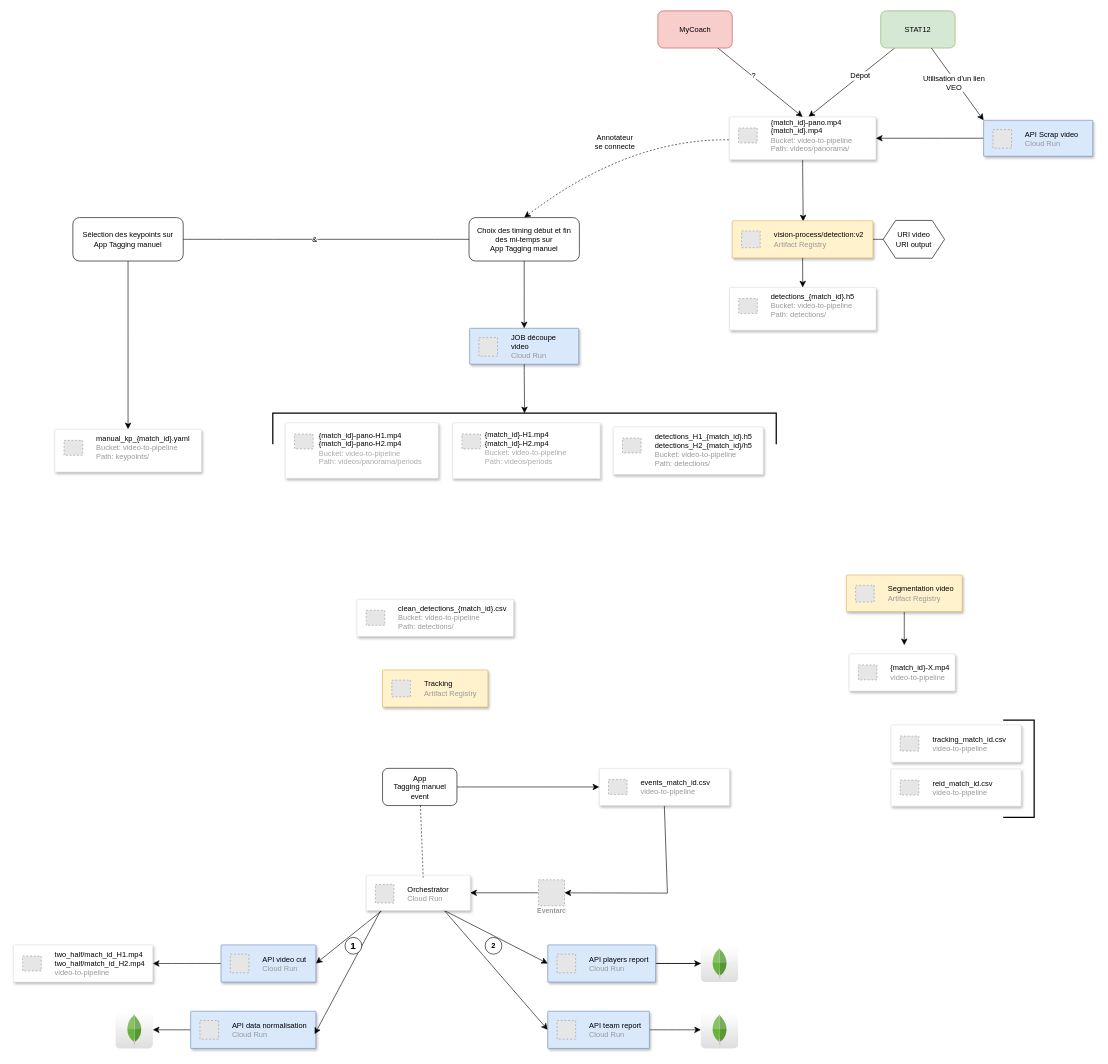
The draw.io diagram page "Full DS" (1 of 4) of Untitled Diagram.drawio in clairesecehDS/logo, before the edit. Source tidied: cells renumbered, new cells numbered last; positions are measured from the earlier drawing's top-left corner, leaving out a move shared by most shapes. Both pictures are drawn from the tidied source at 62%, with x=0, y=0 at pixel (13, 11). Pictures stored in the file or linked from it are replaced by grey dashed boxes.
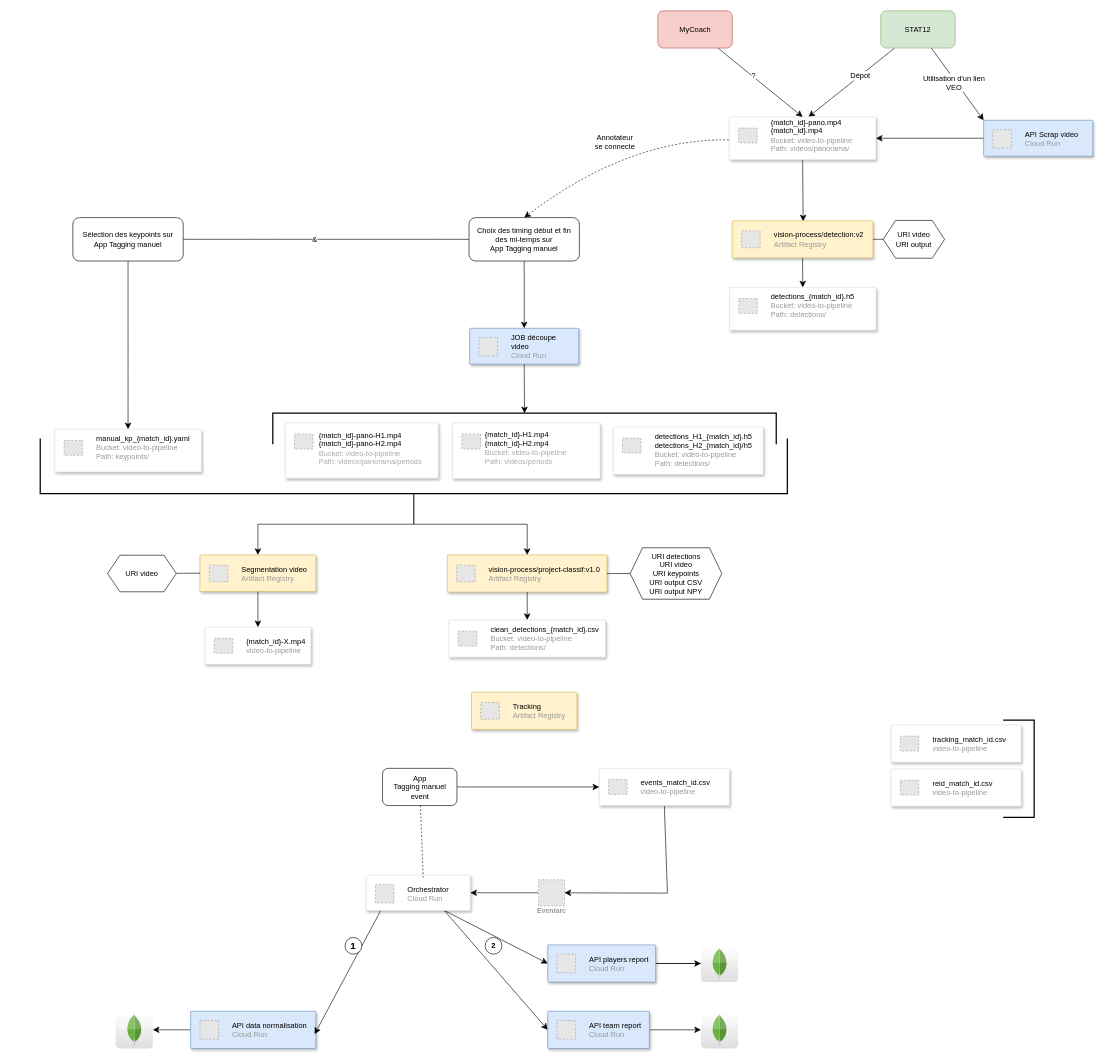
The same diagram, later.

Unchanged cells that the change refers to:
```xml
<mxCell id="37" style="strokeColor=#dddddd;shadow=1;strokeWidth=1;rounded=1;absoluteArcSize=1;arcSize=2;" parent="1" vertex="1">
  <mxGeometry x="569" y="1394" width="168" height="57" as="geometry" />
</mxCell>
```

The edit, as a diff of the source:
```diff
@@
-    <mxCell id="13" style="edgeStyle=none;curved=1;rounded=0;jettySize=auto;html=1;entryX=1;entryY=0.5;entryDx=0;entryDy=0;fontSize=12;startSize=8;endSize=8;exitX=0.149;exitY=1.011;exitDx=0;exitDy=0;exitPerimeter=0;" parent="1" edge="1" source="37" target="20">
-      <mxGeometry relative="1" as="geometry" />
-    </mxCell>
@@
-    <mxCell id="19" style="edgeStyle=none;curved=1;rounded=0;jettySize=auto;html=1;entryX=1;entryY=0.5;entryDx=0;entryDy=0;fontSize=12;startSize=8;endSize=8;" parent="1" edge="1" source="20" target="30">
-      <mxGeometry relative="1" as="geometry" />
-    </mxCell>
-    <mxCell id="20" style="strokeColor=#6c8ebf;shadow=1;strokeWidth=1;rounded=1;absoluteArcSize=1;arcSize=2;fillColor=#dae8fc;" parent="1" vertex="1">
-      <mxGeometry x="335" y="1506.5" width="153" height="60" as="geometry" />
-    </mxCell>
-    <mxCell id="21" value="&lt;font color=&quot;#000000&quot;&gt;API video cut&lt;/font&gt;&lt;br&gt;Cloud Run" style="fillColor=#E6E6E6;strokeColor=#999999;dashed=1;html=1;fontColor=#999999;verticalLabelPosition=middle;verticalAlign=middle;labelPosition=right;align=left;spacingLeft=20;" parent="20" vertex="1">
-      <mxGeometry width="30" height="30" relative="1" as="geometry">
-        <mxPoint x="15" y="15" as="offset" />
-      </mxGeometry>
-    </mxCell>
@@
-    <mxCell id="30" style="strokeColor=#dddddd;shadow=1;strokeWidth=1;rounded=1;absoluteArcSize=1;arcSize=2;" parent="1" vertex="1">
-      <mxGeometry y="1506.5" width="225" height="60" as="geometry" />
-    </mxCell>
-    <mxCell id="31" value="&lt;div&gt;&lt;font color=&quot;#000000&quot;&gt;two_half/mach_id_H1.mp4&lt;br&gt;&lt;/font&gt;&lt;/div&gt;&lt;div&gt;&lt;font color=&quot;#000000&quot;&gt;two_half/match_id_H2.mp4&lt;br&gt;&lt;/font&gt;&lt;/div&gt;video-to-pipeline" style="fillColor=#E6E6E6;strokeColor=#999999;dashed=1;html=1;fontColor=#999999;verticalLabelPosition=middle;verticalAlign=middle;labelPosition=right;align=left;spacingLeft=20;" parent="30" vertex="1">
-      <mxGeometry width="30" height="24" relative="1" as="geometry">
-        <mxPoint x="15" y="18" as="offset" />
-      </mxGeometry>
-    </mxCell>
@@
     <mxCell id="48" style="strokeColor=#dddddd;shadow=1;strokeWidth=1;rounded=1;absoluteArcSize=1;arcSize=2;" parent="1" vertex="1">
-      <mxGeometry x="1348" y="1037" width="171" height="60" as="geometry" />
+      <mxGeometry x="309" y="994" width="171" height="60" as="geometry" />
     </mxCell>
@@
     <mxCell id="50" style="strokeColor=#dddddd;shadow=1;strokeWidth=1;rounded=1;absoluteArcSize=1;arcSize=2;" parent="1" vertex="1">
-      <mxGeometry x="554.2" y="949" width="252.5" height="60" as="geometry" />
+      <mxGeometry x="702.6" y="982.5" width="252.5" height="60" as="geometry" />
     </mxCell>
@@
-    <mxCell id="78" style="edgeStyle=none;curved=1;rounded=0;jettySize=auto;html=1;fontSize=12;startSize=8;endSize=8;" parent="1" edge="1" source="79">
-      <mxGeometry relative="1" as="geometry">
-        <mxPoint x="1437" y="1023" as="targetPoint" />
-      </mxGeometry>
+    <mxCell id="78" style="edgeStyle=none;curved=1;rounded=0;jettySize=auto;html=1;fontSize=12;startSize=8;endSize=8;entryX=0.5;entryY=0;entryDx=0;entryDy=0;" parent="1" edge="1" source="79" target="48">
+      <mxGeometry relative="1" as="geometry" />
     </mxCell>
     <mxCell id="79" style="fillColor=#fff2cc;strokeColor=#d6b656;shadow=1;strokeWidth=1;rounded=1;absoluteArcSize=1;arcSize=2;" parent="1" vertex="1">
-      <mxGeometry x="1343.5" y="910" width="187" height="59" as="geometry" />
+      <mxGeometry x="301" y="877.5" width="187" height="59" as="geometry" />
     </mxCell>
@@
     <mxCell id="81" style="fillColor=#fff2cc;strokeColor=#d6b656;shadow=1;strokeWidth=1;rounded=1;absoluteArcSize=1;arcSize=2;" parent="1" vertex="1">
-      <mxGeometry x="595.5" y="1063" width="170" height="60" as="geometry" />
+      <mxGeometry x="739" y="1099" width="170" height="60" as="geometry" />
     </mxCell>
@@
+    <mxCell id="94" style="strokeWidth=2;html=1;shape=mxgraph.flowchart.annotation_1;align=left;rotation=-90;" parent="1" vertex="1">
+      <mxGeometry x="601.4" y="131.6" width="89" height="1205" as="geometry" />
+    </mxCell>
+    <mxCell id="95" style="fillColor=#fff2cc;strokeColor=#d6b656;shadow=1;strokeWidth=1;rounded=1;absoluteArcSize=1;arcSize=2;" parent="1" vertex="1">
+      <mxGeometry x="700" y="877.5" width="257.6" height="60" as="geometry" />
+    </mxCell>
+    <mxCell id="96" value="&lt;font color=&quot;#000000&quot;&gt;vision-process/project-classif:v1.0&lt;/font&gt;&lt;br&gt;Artifact Registry" style="fillColor=#E6E6E6;strokeColor=#999999;dashed=1;html=1;fontColor=#999999;verticalLabelPosition=middle;verticalAlign=middle;labelPosition=right;align=left;spacingLeft=20;" parent="95" vertex="1">
+      <mxGeometry width="30" height="27" relative="1" as="geometry">
+        <mxPoint x="15" y="16.5" as="offset" />
+      </mxGeometry>
+    </mxCell>
+    <mxCell id="97" style="edgeStyle=none;jettySize=auto;html=1;rounded=0;fontSize=12;startSize=8;endSize=8;curved=1;" parent="1" edge="1" source="98">
+      <mxGeometry relative="1" as="geometry">
+        <mxPoint x="1083.3" y="904" as="targetPoint" />
+      </mxGeometry>
+    </mxCell>
+    <mxCell id="98" value="&lt;div&gt;URI detections&lt;br&gt;&lt;/div&gt;&lt;div&gt;URI video&lt;/div&gt;&lt;div&gt;URI keypoints&lt;br&gt;&lt;/div&gt;&lt;div&gt;URI output CSV&lt;/div&gt;&lt;div&gt;URI output NPY&lt;br&gt;&lt;/div&gt;" style="shape=hexagon;perimeter=hexagonPerimeter2;whiteSpace=wrap;html=1;fixedSize=1;size=20;" parent="1" vertex="1">
+      <mxGeometry x="994.9" y="866" width="147.8" height="83" as="geometry" />
+    </mxCell>
+    <mxCell id="99" style="endArrow=none;html=1;rounded=0;fontSize=12;startSize=8;endSize=8;curved=1;exitX=1;exitY=0.5;exitDx=0;exitDy=0;entryX=0;entryY=0.5;entryDx=0;entryDy=0;" parent="1" edge="1" source="95" target="98">
+      <mxGeometry relative="1" as="geometry" />
+    </mxCell>
+    <mxCell id="100" style="edgeStyle=none;jettySize=auto;html=1;rounded=0;fontSize=12;startSize=8;endSize=8;curved=1;exitX=0.5;exitY=1;exitDx=0;exitDy=0;entryX=0.5;entryY=0;entryDx=0;entryDy=0;" parent="1" edge="1" source="95" target="50">
+      <mxGeometry relative="1" as="geometry" />
+    </mxCell>
+    <mxCell id="101" style="edgeStyle=elbowEdgeStyle;elbow=vertical;endArrow=classic;html=1;curved=0;rounded=0;endSize=8;startSize=8;fontSize=12;exitX=0;exitY=0.5;exitDx=0;exitDy=0;exitPerimeter=0;entryX=0.5;entryY=0;entryDx=0;entryDy=0;" parent="1" edge="1" source="94" target="95">
+      <mxGeometry relative="1" as="geometry" />
+    </mxCell>
+    <mxCell id="102" style="edgeStyle=elbowEdgeStyle;elbow=vertical;endArrow=classic;html=1;curved=0;rounded=0;endSize=8;startSize=8;fontSize=12;exitX=0;exitY=0.5;exitDx=0;exitDy=0;exitPerimeter=0;entryX=0.5;entryY=0;entryDx=0;entryDy=0;" parent="1" edge="1" source="94" target="79">
+      <mxGeometry relative="1" as="geometry" />
+    </mxCell>
+    <mxCell id="103" value="&lt;div&gt;URI video&lt;/div&gt;" style="shape=hexagon;perimeter=hexagonPerimeter2;whiteSpace=wrap;html=1;fixedSize=1;size=20;" parent="1" vertex="1">
+      <mxGeometry x="152" y="878" width="110.9" height="59" as="geometry" />
+    </mxCell>
+    <mxCell id="104" style="endArrow=none;html=1;rounded=0;fontSize=12;startSize=8;endSize=8;curved=1;entryX=0;entryY=0.5;entryDx=0;entryDy=0;" parent="1" edge="1" source="103" target="79">
+      <mxGeometry relative="1" as="geometry" />
+    </mxCell>
```
